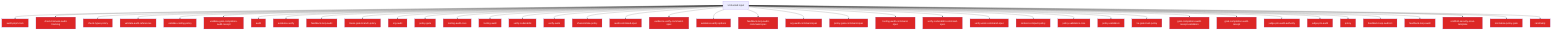
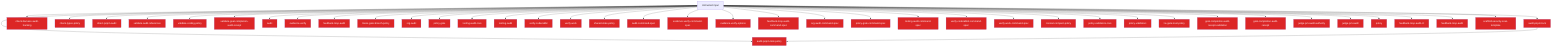
flowchart TD
  Untrusted["Untrusted input"]
  audit_pnpm_lock_3bdddae2["audit-pnpm-lock"]
  Untrusted --> audit_pnpm_lock_3bdddae2
  check_harness_audit_tracking_33e6a72e["check-harness-audit-tracking"]
  Untrusted --> check_harness_audit_tracking_33e6a72e
  check_types_policy_cfbecf01["check-types-policy"]
  Untrusted --> check_types_policy_cfbecf01
+   audit_pnpm_lock_policy_25297ce6["audit-pnpm-lock-policy"]
+   Untrusted --> audit_pnpm_lock_policy_25297ce6
+   direct_pnpm_audit_9a9a9ed4["direct-pnpm-audit"]
+   Untrusted --> direct_pnpm_audit_9a9a9ed4
  validate_audit_references_811f872a["validate-audit-references"]
  Untrusted --> validate_audit_references_811f872a
  validate_coding_policy_29976175["validate-coding-policy"]
  Untrusted --> validate_coding_policy_29976175
  validate_goal_completion_audit_receipt_100d252c["validate-goal-completion-audit-receipt"]
  Untrusted --> validate_goal_completion_audit_receipt_100d252c
  audit_b81f37a0["audit"]
  Untrusted --> audit_b81f37a0
  evidence_verify_3b73c290["evidence-verify"]
  Untrusted --> evidence_verify_3b73c290
  feedback_loop_audit_0ac0ec9d["feedback-loop-audit"]
  Untrusted --> feedback_loop_audit_0ac0ec9d
  linear_gate_branch_policy_13c4707c["linear-gate-branch-policy"]
  Untrusted --> linear_gate_branch_policy_13c4707c
  org_audit_d739e44b["org-audit"]
  Untrusted --> org_audit_d739e44b
  policy_gate_213f7313["policy-gate"]
  Untrusted --> policy_gate_213f7313
  tooling_audit_core_328d6a41["tooling-audit-core"]
  Untrusted --> tooling_audit_core_328d6a41
  tooling_audit_8a8239ff["tooling-audit"]
  Untrusted --> tooling_audit_8a8239ff
  verify_coderabbit_490b4e71["verify-coderabbit"]
  Untrusted --> verify_coderabbit_490b4e71
  verify_work_df70ecac["verify-work"]
  Untrusted --> verify_work_df70ecac
  shared_state_policy_edc9c4db["shared-state-policy"]
  Untrusted --> shared_state_policy_edc9c4db
  audit_command_spec_5acf0149["audit-command-spec"]
  Untrusted --> audit_command_spec_5acf0149
  evidence_verify_command_spec_e1cbfea2["evidence-verify-command-spec"]
  Untrusted --> evidence_verify_command_spec_e1cbfea2
  evidence_verify_options_3505c520["evidence-verify-options"]
  Untrusted --> evidence_verify_options_3505c520
  feedback_loop_audit_command_spec_27e599c4["feedback-loop-audit-command-spec"]
  Untrusted --> feedback_loop_audit_command_spec_27e599c4
  org_audit_command_spec_1a570341["org-audit-command-spec"]
  Untrusted --> org_audit_command_spec_1a570341
  policy_gate_command_spec_71e8726a["policy-gate-command-spec"]
  Untrusted --> policy_gate_command_spec_71e8726a
  tooling_audit_command_spec_e0e57863["tooling-audit-command-spec"]
  Untrusted --> tooling_audit_command_spec_e0e57863
  verify_coderabbit_command_spec_68cc9ec5["verify-coderabbit-command-spec"]
  Untrusted --> verify_coderabbit_command_spec_68cc9ec5
  verify_work_command_spec_d6c94ac8["verify-work-command-spec"]
  Untrusted --> verify_work_command_spec_d6c94ac8
  context_compact_policy_3dcaf95d["context-compact-policy"]
  Untrusted --> context_compact_policy_3dcaf95d
  policy_validators_core_714a3fe7["policy-validators-core"]
  Untrusted --> policy_validators_core_714a3fe7
  policy_validators_6682e192["policy-validators"]
  Untrusted --> policy_validators_6682e192
  he_gate_trust_policy_b1126dfd["he-gate-trust-policy"]
  Untrusted --> he_gate_trust_policy_b1126dfd
  goal_completion_audit_receipt_validation_9d0f4891["goal-completion-audit-receipt-validation"]
  Untrusted --> goal_completion_audit_receipt_validation_9d0f4891
  goal_completion_audit_receipt_5e4939c3["goal-completion-audit-receipt"]
  Untrusted --> goal_completion_audit_receipt_5e4939c3
  judge_pm_audit_authority_c311b050["judge-pm-audit-authority"]
  Untrusted --> judge_pm_audit_authority_c311b050
  judge_pm_audit_ccd20b35["judge-pm-audit"]
  Untrusted --> judge_pm_audit_ccd20b35
  policy_823412d1["policy"]
  Untrusted --> policy_823412d1
  feedback_loop_audit_cli_fd8f38dc["feedback-loop-audit-cli"]
  Untrusted --> feedback_loop_audit_cli_fd8f38dc
  feedback_loop_audit_1_c7be4304["feedback-loop-audit"]
  Untrusted --> feedback_loop_audit_1_c7be4304
  scaffold_security_scan_template_55bc7465["scaffold-security-scan-template"]
  Untrusted --> scaffold_security_scan_template_55bc7465
-   normalise_policy_gate_90229693["normalise-policy-gate"]
-   Untrusted --> normalise_policy_gate_90229693
-   cardinality_ebef8aff["cardinality"]
-   Untrusted --> cardinality_ebef8aff
+   audit_pnpm_lock_3bdddae2 --> audit_pnpm_lock_policy_25297ce6
  classDef securityNode fill:#dc2626,color:#fff
-   class audit_pnpm_lock_3bdddae2,check_harness_audit_tracking_33e6a72e,check_types_policy_cfbecf01,validate_audit_references_811f872a,validate_coding_policy_29976175,validate_goal_completion_audit_receipt_100d252c,audit_b81f37a0,evidence_verify_3b73c290,feedback_loop_audit_0ac0ec9d,linear_gate_branch_policy_13c4707c,org_audit_d739e44b,policy_gate_213f7313,tooling_audit_core_328d6a41,tooling_audit_8a8239ff,verify_coderabbit_490b4e71,verify_work_df70ecac,shared_state_policy_edc9c4db,audit_command_spec_5acf0149,evidence_verify_command_spec_e1cbfea2,evidence_verify_options_3505c520,feedback_loop_audit_command_spec_27e599c4,org_audit_command_spec_1a570341,policy_gate_command_spec_71e8726a,tooling_audit_command_spec_e0e57863,verify_coderabbit_command_spec_68cc9ec5,verify_work_command_spec_d6c94ac8,context_compact_policy_3dcaf95d,policy_validators_core_714a3fe7,policy_validators_6682e192,he_gate_trust_policy_b1126dfd,goal_completion_audit_receipt_validation_9d0f4891,goal_completion_audit_receipt_5e4939c3,judge_pm_audit_authority_c311b050,judge_pm_audit_ccd20b35,policy_823412d1,feedback_loop_audit_cli_fd8f38dc,feedback_loop_audit_1_c7be4304,scaffold_security_scan_template_55bc7465,normalise_policy_gate_90229693,cardinality_ebef8aff securityNode
+   class audit_pnpm_lock_3bdddae2,check_harness_audit_tracking_33e6a72e,check_types_policy_cfbecf01,audit_pnpm_lock_policy_25297ce6,direct_pnpm_audit_9a9a9ed4,validate_audit_references_811f872a,validate_coding_policy_29976175,validate_goal_completion_audit_receipt_100d252c,audit_b81f37a0,evidence_verify_3b73c290,feedback_loop_audit_0ac0ec9d,linear_gate_branch_policy_13c4707c,org_audit_d739e44b,policy_gate_213f7313,tooling_audit_core_328d6a41,tooling_audit_8a8239ff,verify_coderabbit_490b4e71,verify_work_df70ecac,shared_state_policy_edc9c4db,audit_command_spec_5acf0149,evidence_verify_command_spec_e1cbfea2,evidence_verify_options_3505c520,feedback_loop_audit_command_spec_27e599c4,org_audit_command_spec_1a570341,policy_gate_command_spec_71e8726a,tooling_audit_command_spec_e0e57863,verify_coderabbit_command_spec_68cc9ec5,verify_work_command_spec_d6c94ac8,context_compact_policy_3dcaf95d,policy_validators_core_714a3fe7,policy_validators_6682e192,he_gate_trust_policy_b1126dfd,goal_completion_audit_receipt_validation_9d0f4891,goal_completion_audit_receipt_5e4939c3,judge_pm_audit_authority_c311b050,judge_pm_audit_ccd20b35,policy_823412d1,feedback_loop_audit_cli_fd8f38dc,feedback_loop_audit_1_c7be4304,scaffold_security_scan_template_55bc7465 securityNode
